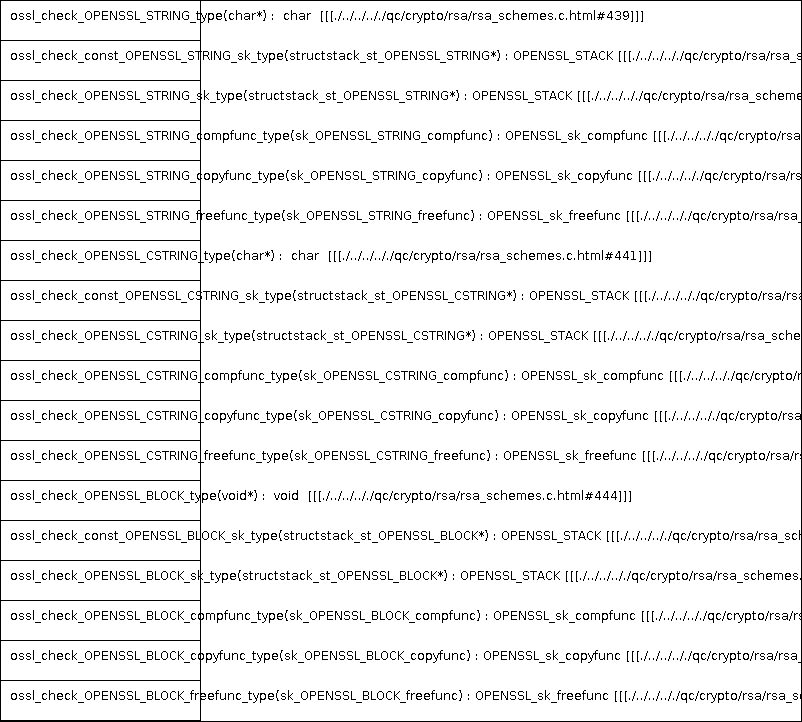
This is docs/qc/crypto/rsa/rsa_schemes.c.png from qualitesys/openssl, a PlantUML export, as it was before one commit. Its source is kept beside it as docs/qc/crypto/rsa/rsa_schemes.c.puml.
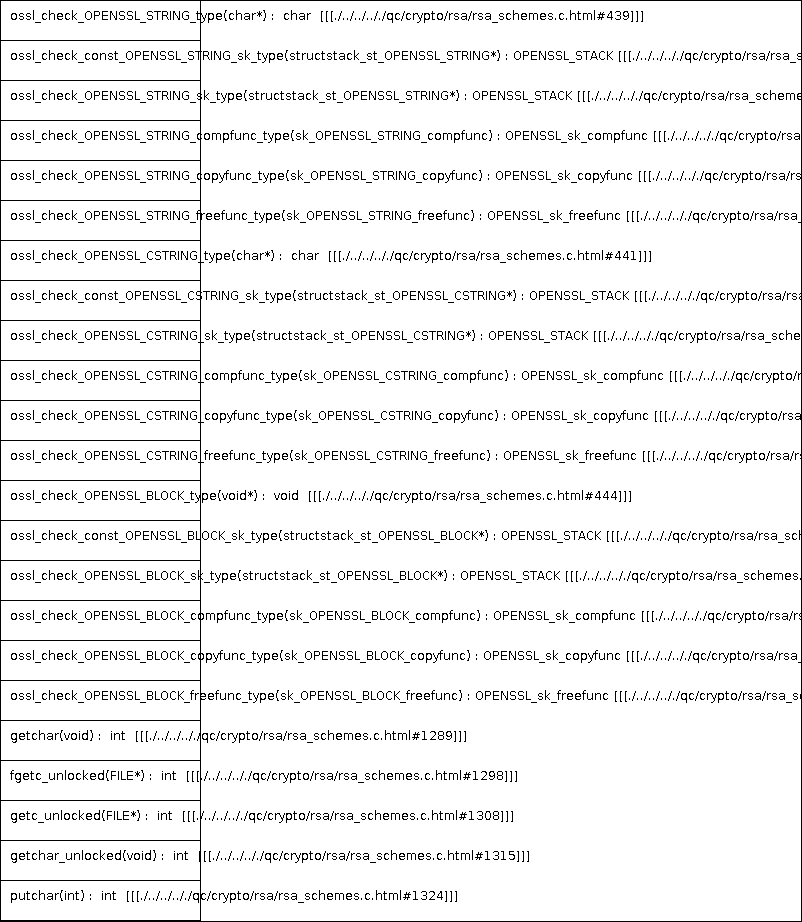
Later version of the same file.

Diff of the diagram source:
```diff
@@ -19,5 +19,10 @@
 ossl_check_OPENSSL_BLOCK_compfunc_type(sk_OPENSSL_BLOCK_compfunc) : OPENSSL_sk_compfunc [[[./../../.././qc/crypto/rsa/rsa_schemes.c.html#444]]]
 ossl_check_OPENSSL_BLOCK_copyfunc_type(sk_OPENSSL_BLOCK_copyfunc) : OPENSSL_sk_copyfunc [[[./../../.././qc/crypto/rsa/rsa_schemes.c.html#444]]]
 ossl_check_OPENSSL_BLOCK_freefunc_type(sk_OPENSSL_BLOCK_freefunc) : OPENSSL_sk_freefunc [[[./../../.././qc/crypto/rsa/rsa_schemes.c.html#444]]]
+getchar(void) :  int  [[[./../../.././qc/crypto/rsa/rsa_schemes.c.html#1289]]]
+fgetc_unlocked(FILE*) :  int  [[[./../../.././qc/crypto/rsa/rsa_schemes.c.html#1298]]]
+getc_unlocked(FILE*) :  int  [[[./../../.././qc/crypto/rsa/rsa_schemes.c.html#1308]]]
+getchar_unlocked(void) :  int  [[[./../../.././qc/crypto/rsa/rsa_schemes.c.html#1315]]]
+putchar(int) :  int  [[[./../../.././qc/crypto/rsa/rsa_schemes.c.html#1324]]]
 }
 @enduml
```
